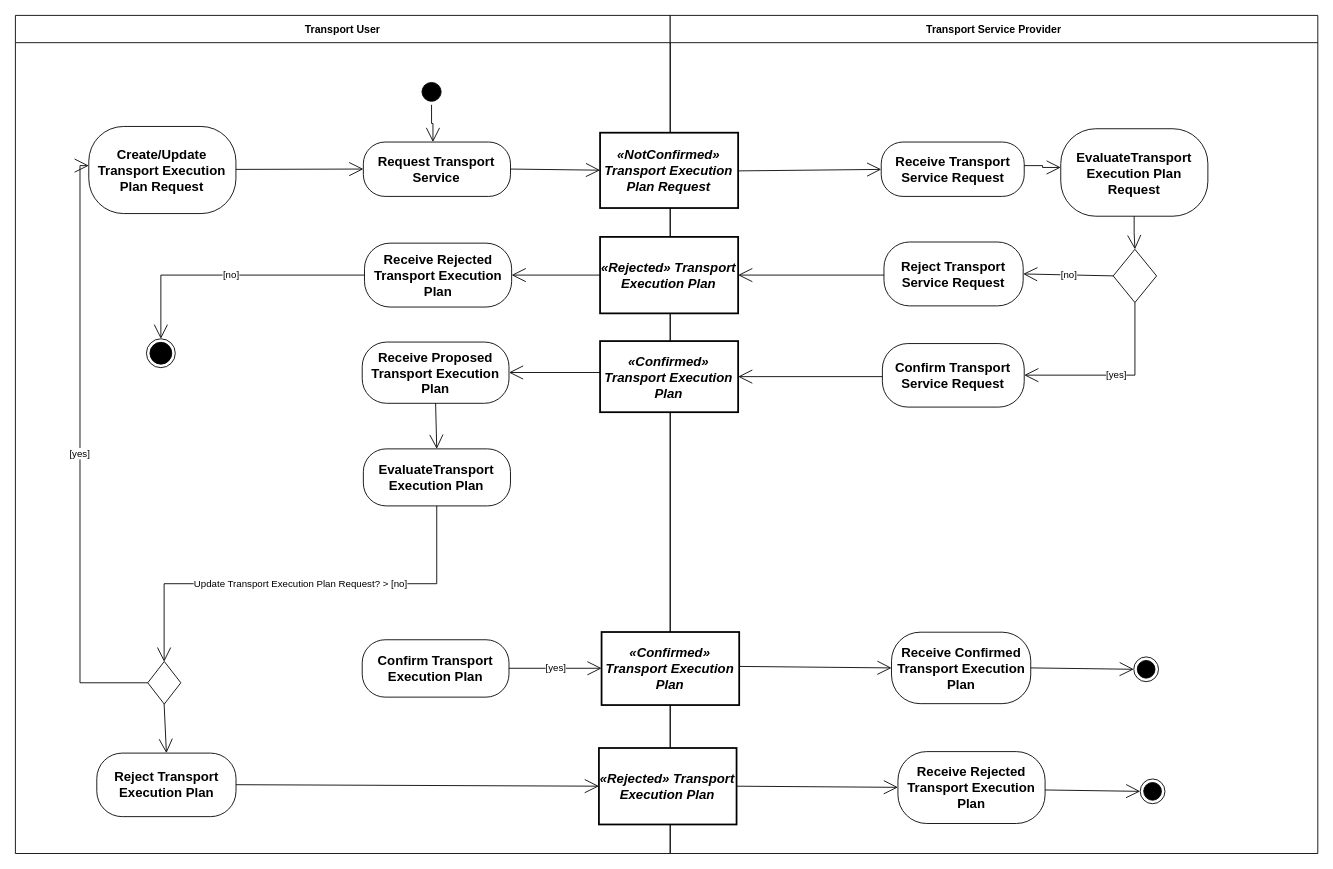
This is examples/UBL-2.2-IMFM-BasicTransportExecutionPlan/UBL-2.2-IMFM-BasicTransportExecutionPlan.drawio from kduvekot/ubl-work-on-svg-images, a draw.io file, before an edit. Source tidied: cells renumbered, new cells numbered last; positions are measured from the earlier drawing's top-left corner, leaving out a move shared by most shapes. Both pictures are drawn from the tidied source at 88%, with x=0, y=0 at pixel (15, 15).
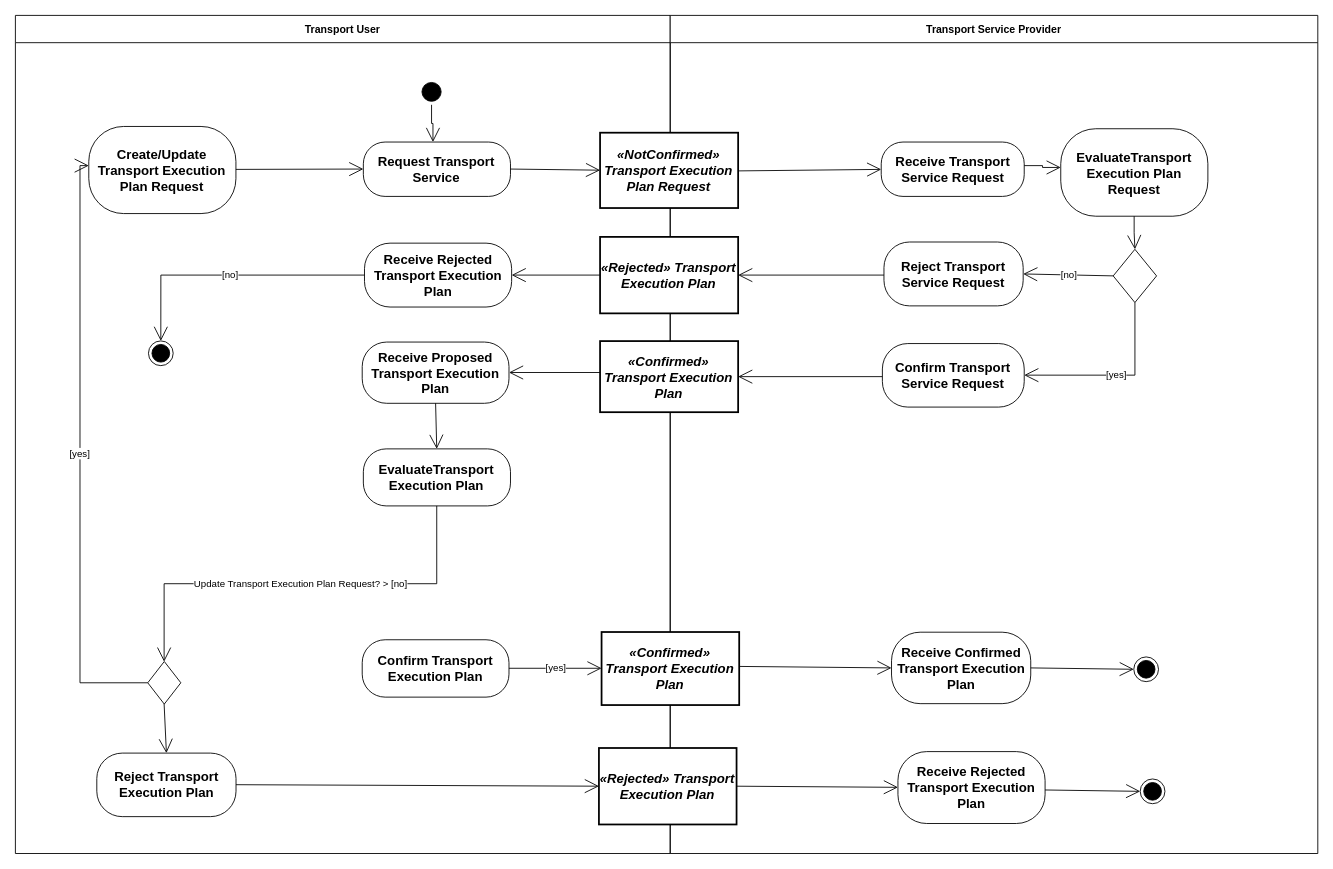
The same diagram, later.

Unchanged cells that the change refers to:
```xml
<mxCell id="12" value="Receive Rejected Transport Execution Plan" style="rounded=1;arcSize=40;whiteSpace=wrap;html=1;fontStyle=1;fontFamily=Helvetica;fontSize=15;" parent="1" vertex="1">
  <mxGeometry x="396.7" y="258.8" width="167.2" height="72.6" as="geometry" />
</mxCell>
```

Change to the diagram source:
```diff
@@
     <mxCell id="14" style="ellipse;html=1;shape=endState;fillColor=#000000;strokeColor=#000000;fontFamily=Helvetica;fontSize=15;" parent="1" vertex="1">
-      <mxGeometry x="148.9" y="367.5" width="32.8" height="32.8" as="geometry" />
+      <mxGeometry x="151.2" y="369.9" width="28.1" height="28.1" as="geometry" />
     </mxCell>
@@
-    <mxCell id="34" value="[no]" style="edgeStyle=orthogonalEdgeStyle;rounded=0;html=1;endArrow=open;endFill=0;endSize=14;exitX=0.0;exitY=0.5;entryX=0.4939;entryY=0.0;" parent="1" edge="1" source="12" target="14">
+    <mxCell id="34" value="[no]" style="edgeStyle=orthogonalEdgeStyle;rounded=0;html=1;endArrow=open;endFill=0;endSize=14;exitX=0.0;exitY=0.5;entryX=0.4947;entryY=0.0;" parent="1" edge="1" source="12" target="14">
       <mxGeometry relative="1" as="geometry" />
     </mxCell>
```
